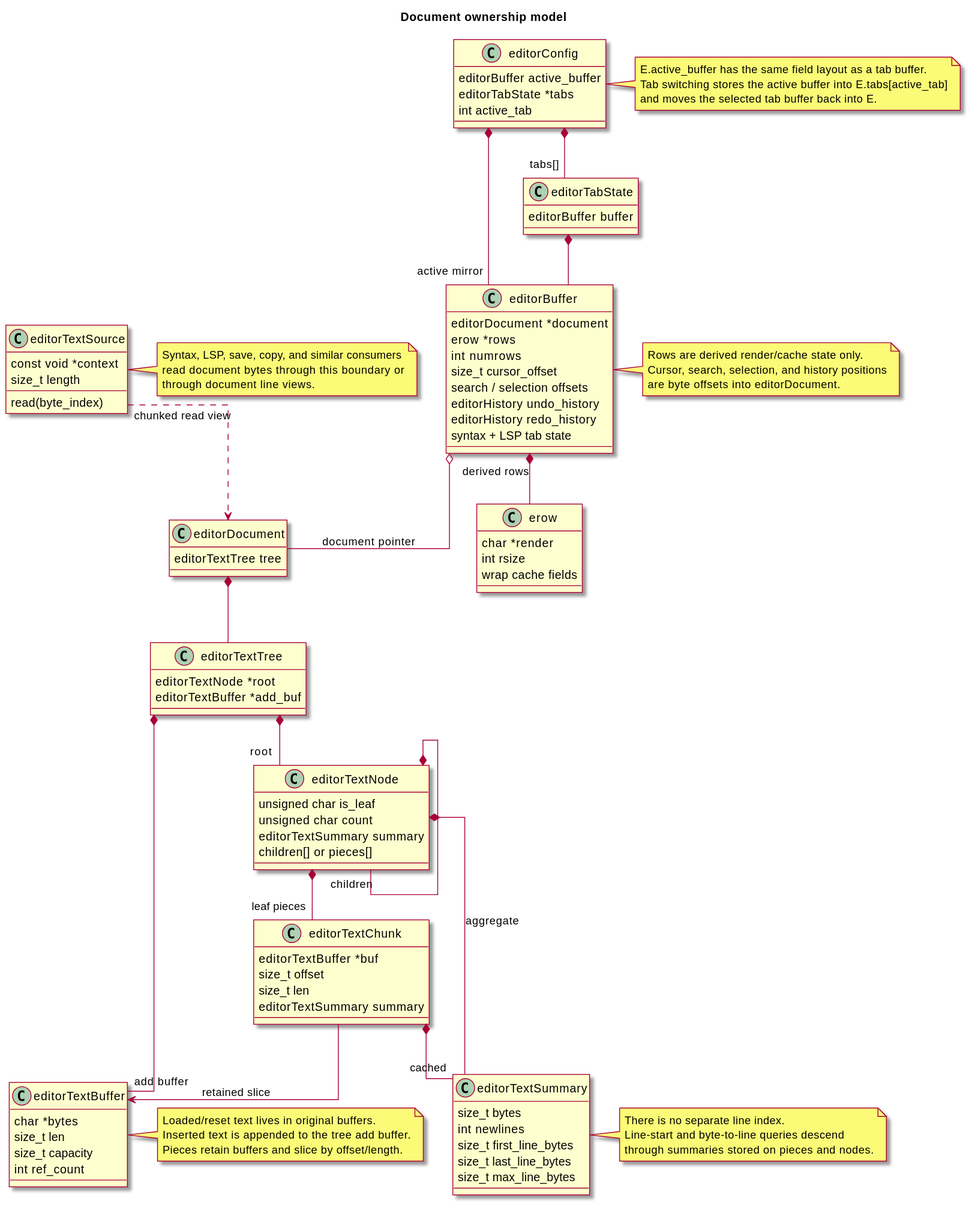
This is docs/diagrams/svg/document-model.svg from kokkoniemi/rotide, a PlantUML export, as it was before one commit. Its source is kept beside it as docs/diagrams/src/document-model.puml.
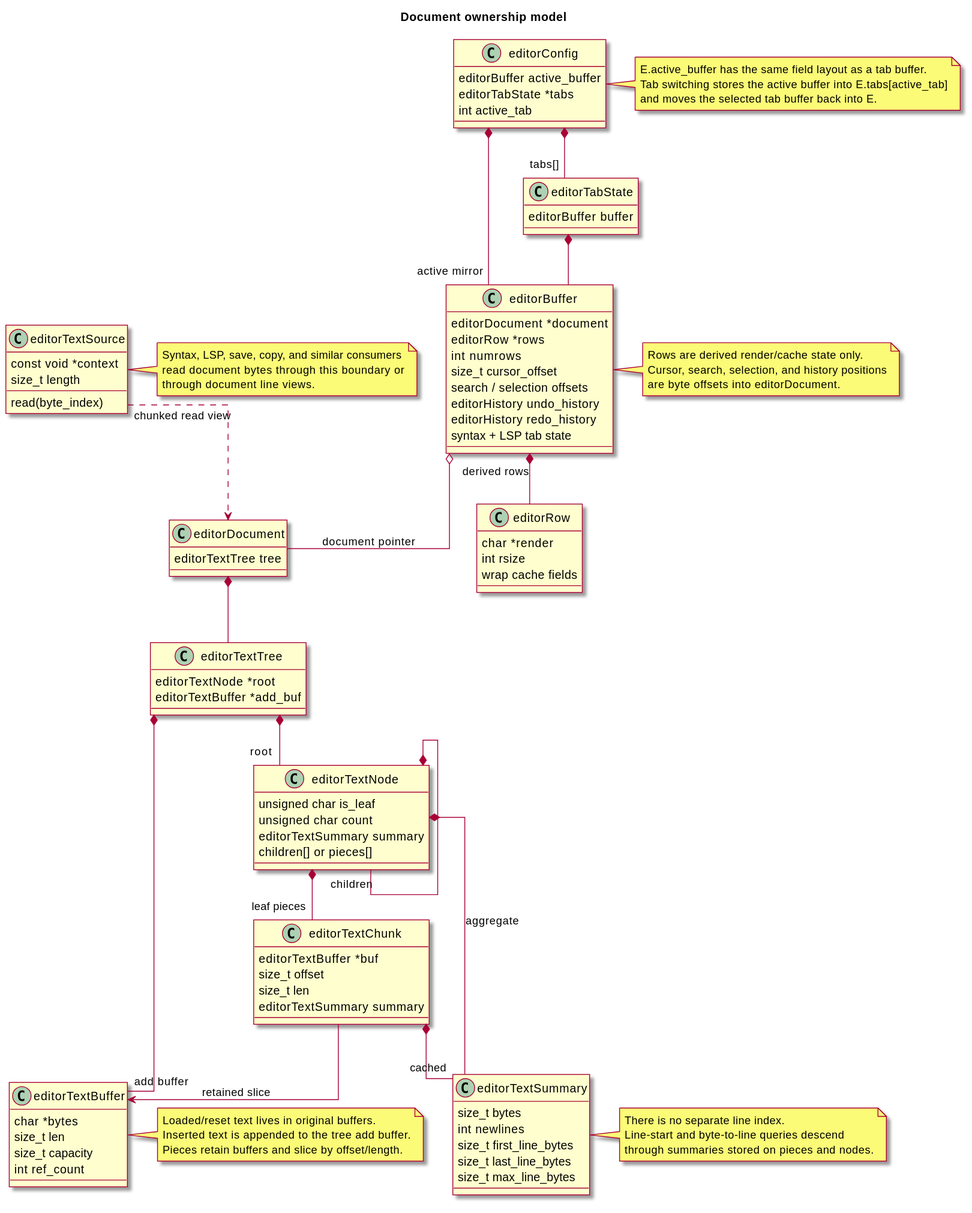
The same file after the commit.

Change to the diagram source:
```diff
@@ -20,7 +20,7 @@
 
 class editorBuffer {
   editorDocument *document
-  erow *rows
+  editorRow *rows
   int numrows
   size_t cursor_offset
   search / selection offsets
@@ -67,7 +67,7 @@
   size_t max_line_bytes
 }
 
-class erow {
+class editorRow {
   char *render
   int rsize
   wrap cache fields
@@ -84,7 +84,7 @@
 editorTabState *-- editorBuffer
 
 editorBuffer o-- editorDocument : document pointer
-editorBuffer *-- erow : derived rows
+editorBuffer *-- editorRow : derived rows
 
 editorDocument *-- editorTextTree
 editorTextTree *-- "root" editorTextNode
```
